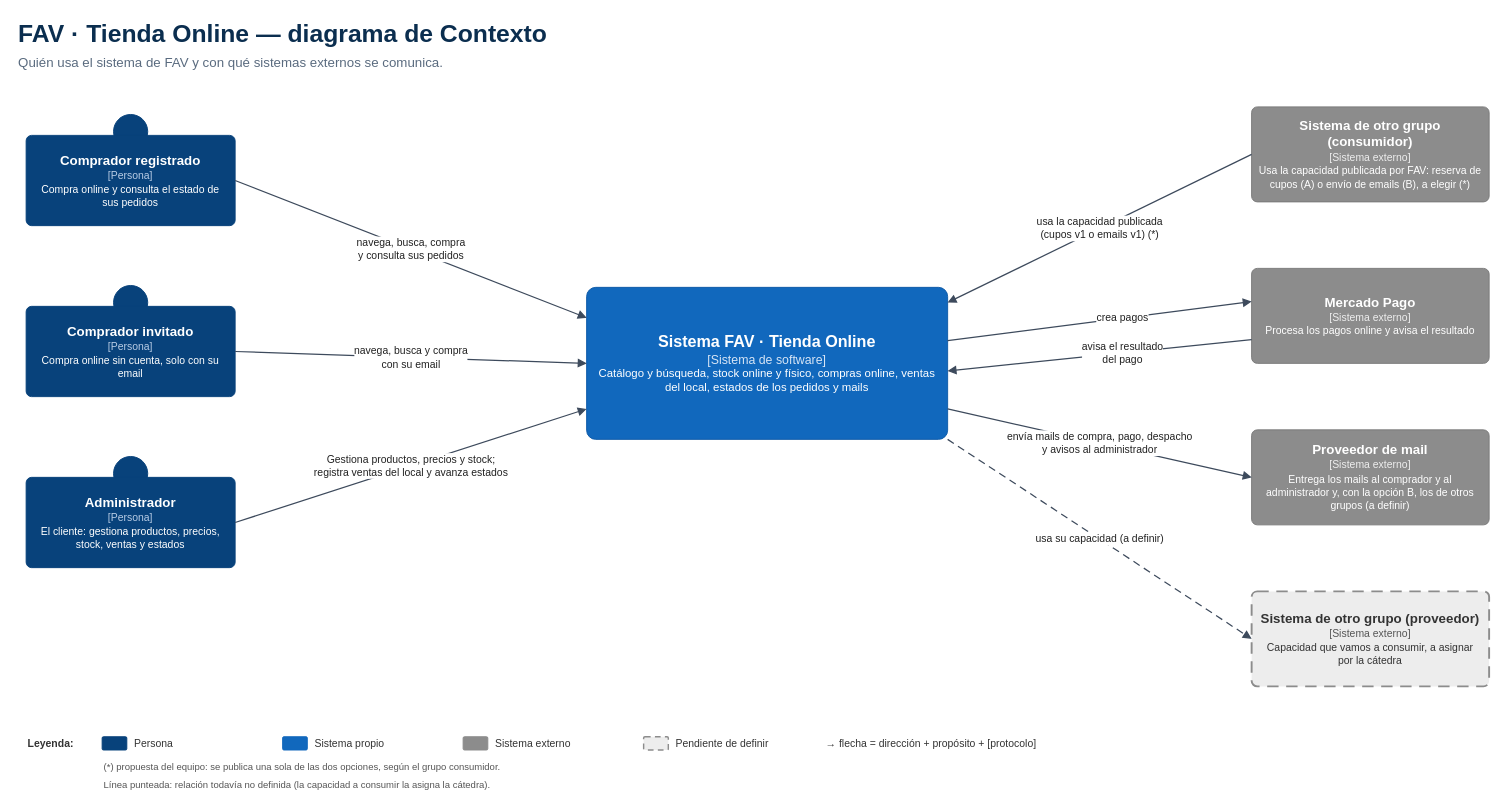
Earlier version of the draw.io diagram docs/diagrams/contexto.drawio (JuanHernandez-99/Fav-del-universo). Source tidied: cells renumbered, new cells numbered last; positions are measured from the earlier drawing's top-left corner, leaving out a move shared by most shapes. Both pictures are drawn from the tidied source at 95%, with x=0, y=0 at pixel (16, 16).
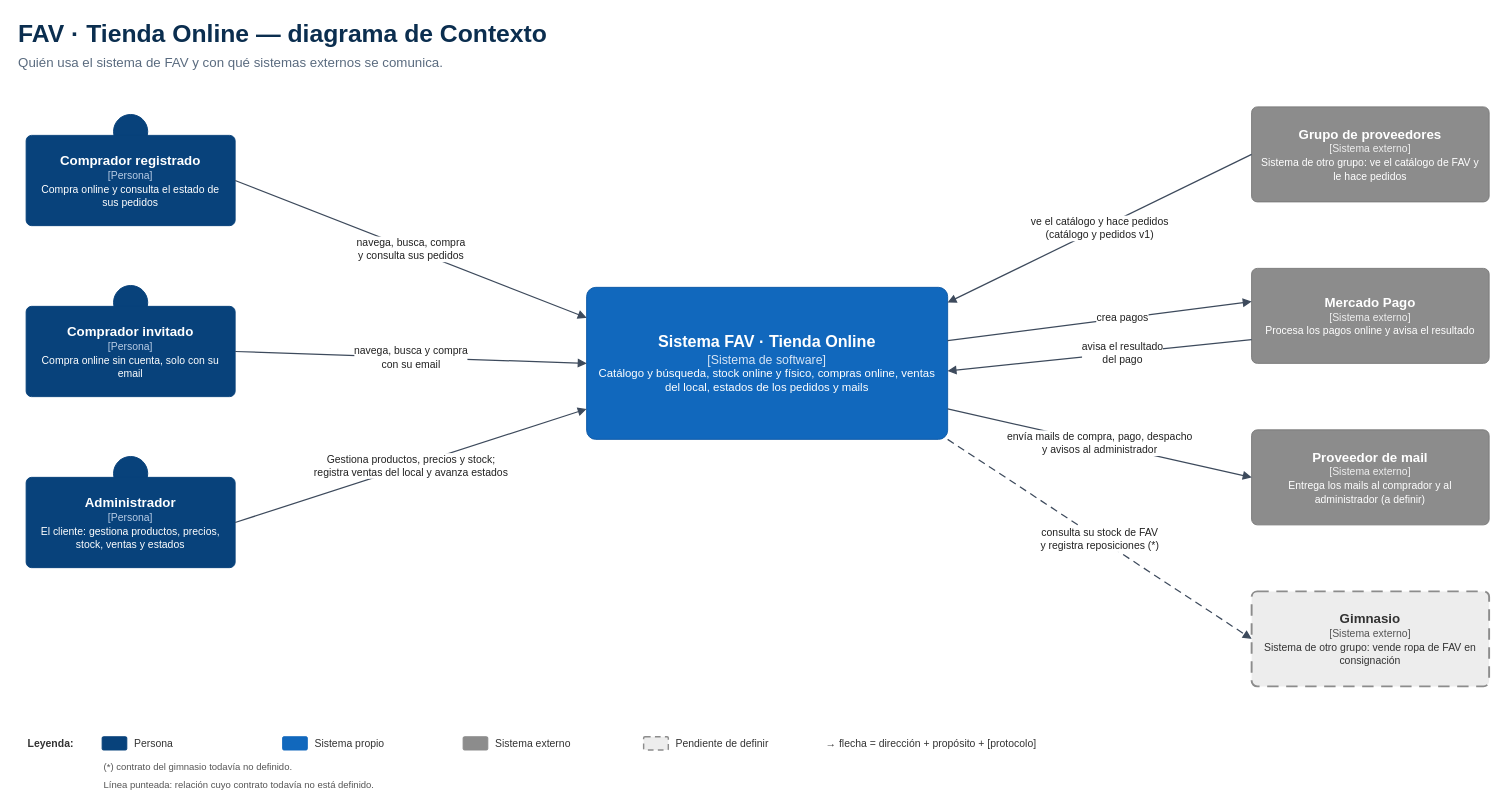
The same page after the edit.

Unchanged cells that the change refers to:
```xml
<mxCell id="10" value="&lt;b style='font-size:17px'&gt;Sistema FAV · Tienda Online&lt;/b&gt;&lt;br&gt;&lt;span style='font-size:13px;color:#D6E4F5'&gt;[Sistema de software]&lt;/span&gt;&lt;br&gt;&lt;span style='font-size:12px'&gt;Catálogo y búsqueda, stock online y físico, compras online, ventas del local, estados de los pedidos y mails&lt;/span&gt;" style="rounded=1;arcSize=6;whiteSpace=wrap;html=1;fillColor=#1168BD;strokeColor=#0E5AA7;fontColor=#FFFFFF;verticalAlign=middle;spacing=8;fontFamily=Helvetica;" parent="1" vertex="1">
  <mxGeometry x="600" y="285" width="380" height="160" as="geometry" />
</mxCell>
```

The edit, as a diff of the source:
```diff
@@
-    <mxCell id="11" value="&lt;b style='font-size:14px'&gt;Sistema de otro grupo (consumidor)&lt;/b&gt;&lt;br&gt;&lt;span style='font-size:11px;color:#EEEEEE'&gt;[Sistema externo]&lt;/span&gt;&lt;br&gt;&lt;span style='font-size:11px'&gt;Usa la capacidad publicada por FAV: reserva de cupos (A) o envío de emails (B), a elegir (*)&lt;/span&gt;" style="rounded=1;arcSize=6;whiteSpace=wrap;html=1;fillColor=#8C8C8C;strokeColor=#7A7A7A;fontColor=#FFFFFF;verticalAlign=middle;spacing=8;fontFamily=Helvetica;" parent="1" vertex="1">
+    <mxCell id="11" value="&lt;b style='font-size:14px'&gt;Grupo de proveedores&lt;/b&gt;&lt;br&gt;&lt;span style='font-size:11px;color:#EEEEEE'&gt;[Sistema externo]&lt;/span&gt;&lt;br&gt;&lt;span style='font-size:11px'&gt;Sistema de otro grupo: ve el catálogo de FAV y le hace pedidos&lt;/span&gt;" style="rounded=1;arcSize=6;whiteSpace=wrap;html=1;fillColor=#8C8C8C;strokeColor=#7A7A7A;fontColor=#FFFFFF;verticalAlign=middle;spacing=8;fontFamily=Helvetica;" parent="1" vertex="1">
       <mxGeometry x="1300" y="95" width="250" height="100" as="geometry" />
     </mxCell>
@@
-    <mxCell id="13" value="&lt;b style='font-size:14px'&gt;Proveedor de mail&lt;/b&gt;&lt;br&gt;&lt;span style='font-size:11px;color:#EEEEEE'&gt;[Sistema externo]&lt;/span&gt;&lt;br&gt;&lt;span style='font-size:11px'&gt;Entrega los mails al comprador y al administrador y, con la opción B, los de otros grupos (a definir)&lt;/span&gt;" style="rounded=1;arcSize=6;whiteSpace=wrap;html=1;fillColor=#8C8C8C;strokeColor=#7A7A7A;fontColor=#FFFFFF;verticalAlign=middle;spacing=8;fontFamily=Helvetica;" parent="1" vertex="1">
+    <mxCell id="13" value="&lt;b style='font-size:14px'&gt;Proveedor de mail&lt;/b&gt;&lt;br&gt;&lt;span style='font-size:11px;color:#EEEEEE'&gt;[Sistema externo]&lt;/span&gt;&lt;br&gt;&lt;span style='font-size:11px'&gt;Entrega los mails al comprador y al administrador (a definir)&lt;/span&gt;" style="rounded=1;arcSize=6;whiteSpace=wrap;html=1;fillColor=#8C8C8C;strokeColor=#7A7A7A;fontColor=#FFFFFF;verticalAlign=middle;spacing=8;fontFamily=Helvetica;" parent="1" vertex="1">
       <mxGeometry x="1300" y="435" width="250" height="100" as="geometry" />
     </mxCell>
-    <mxCell id="14" value="&lt;b style='font-size:14px'&gt;Sistema de otro grupo (proveedor)&lt;/b&gt;&lt;br&gt;&lt;span style='font-size:11px;color:#555555'&gt;[Sistema externo]&lt;/span&gt;&lt;br&gt;&lt;span style='font-size:11px'&gt;Capacidad que vamos a consumir, a asignar por la cátedra&lt;/span&gt;" style="rounded=1;arcSize=6;whiteSpace=wrap;html=1;fillColor=#EDEDED;strokeColor=#8C8C8C;fontColor=#333333;verticalAlign=middle;spacing=8;fontFamily=Helvetica;dashed=1;dashPattern=6 4;strokeWidth=2;" parent="1" vertex="1">
+    <mxCell id="14" value="&lt;b style='font-size:14px'&gt;Gimnasio&lt;/b&gt;&lt;br&gt;&lt;span style='font-size:11px;color:#555555'&gt;[Sistema externo]&lt;/span&gt;&lt;br&gt;&lt;span style='font-size:11px'&gt;Sistema de otro grupo: vende ropa de FAV en consignación&lt;/span&gt;" style="rounded=1;arcSize=6;whiteSpace=wrap;html=1;fillColor=#EDEDED;strokeColor=#8C8C8C;fontColor=#333333;verticalAlign=middle;spacing=8;fontFamily=Helvetica;dashed=1;dashPattern=6 4;strokeWidth=2;" parent="1" vertex="1">
       <mxGeometry x="1300" y="605" width="250" height="100" as="geometry" />
     </mxCell>
@@
-    <mxCell id="18" value="usa la capacidad publicada&lt;br&gt;(cupos v1 o emails v1) (*)" style="edgeStyle=orthogonalEdgeStyle;rounded=0;html=1;endArrow=block;endFill=1;strokeColor=#3D4A5C;strokeWidth=1.3;fontColor=#222222;fontSize=11;labelBackgroundColor=#FFFFFF;jumpStyle=arc;jumpSize=10;fontFamily=Helvetica;edgeStyle=none;exitX=0;exitY=0.5;entryX=1;entryY=0.1;" parent="1" edge="1" source="11" target="10">
+    <mxCell id="18" value="ve el catálogo y hace pedidos&lt;br&gt;(catálogo y pedidos v1)" style="edgeStyle=orthogonalEdgeStyle;rounded=0;html=1;endArrow=block;endFill=1;strokeColor=#3D4A5C;strokeWidth=1.3;fontColor=#222222;fontSize=11;labelBackgroundColor=#FFFFFF;jumpStyle=arc;jumpSize=10;fontFamily=Helvetica;edgeStyle=none;exitX=0;exitY=0.5;entryX=1;entryY=0.1;" parent="1" edge="1" source="11" target="10">
       <mxGeometry relative="1" as="geometry" />
     </mxCell>
@@
-    <mxCell id="22" value="usa su capacidad (a definir)" style="edgeStyle=orthogonalEdgeStyle;rounded=0;html=1;endArrow=block;endFill=1;strokeColor=#3D4A5C;strokeWidth=1.3;fontColor=#222222;fontSize=11;labelBackgroundColor=#FFFFFF;jumpStyle=arc;jumpSize=10;fontFamily=Helvetica;dashed=1;dashPattern=6 4;edgeStyle=none;exitX=1;exitY=1;entryX=0;entryY=0.5;" parent="1" edge="1" source="10" target="14">
+    <mxCell id="22" value="consulta su stock de FAV&lt;br&gt;y registra reposiciones (*)" style="edgeStyle=orthogonalEdgeStyle;rounded=0;html=1;endArrow=block;endFill=1;strokeColor=#3D4A5C;strokeWidth=1.3;fontColor=#222222;fontSize=11;labelBackgroundColor=#FFFFFF;jumpStyle=arc;jumpSize=10;fontFamily=Helvetica;dashed=1;dashPattern=6 4;edgeStyle=none;exitX=1;exitY=1;entryX=0;entryY=0.5;" parent="1" edge="1" source="10" target="14">
       <mxGeometry relative="1" as="geometry" />
     </mxCell>
@@
-    <mxCell id="33" value="(*) propuesta del equipo: se publica una sola de las dos opciones, según el grupo consumidor." style="text;html=1;strokeColor=none;fillColor=none;align=left;verticalAlign=middle;whiteSpace=wrap;fontSize=10;fontColor=#555555;fontFamily=Helvetica;" parent="1" vertex="1">
+    <mxCell id="33" value="(*) contrato del gimnasio todavía no definido." style="text;html=1;strokeColor=none;fillColor=none;align=left;verticalAlign=middle;whiteSpace=wrap;fontSize=10;fontColor=#555555;fontFamily=Helvetica;" parent="1" vertex="1">
       <mxGeometry x="90" y="781" width="900" height="18" as="geometry" />
     </mxCell>
-    <mxCell id="34" value="Línea punteada: relación todavía no definida (la capacidad a consumir la asigna la cátedra)." style="text;html=1;strokeColor=none;fillColor=none;align=left;verticalAlign=middle;whiteSpace=wrap;fontSize=10;fontColor=#555555;fontFamily=Helvetica;" parent="1" vertex="1">
+    <mxCell id="34" value="Línea punteada: relación cuyo contrato todavía no está definido." style="text;html=1;strokeColor=none;fillColor=none;align=left;verticalAlign=middle;whiteSpace=wrap;fontSize=10;fontColor=#555555;fontFamily=Helvetica;" parent="1" vertex="1">
       <mxGeometry x="90" y="799" width="900" height="18" as="geometry" />
     </mxCell>
```
